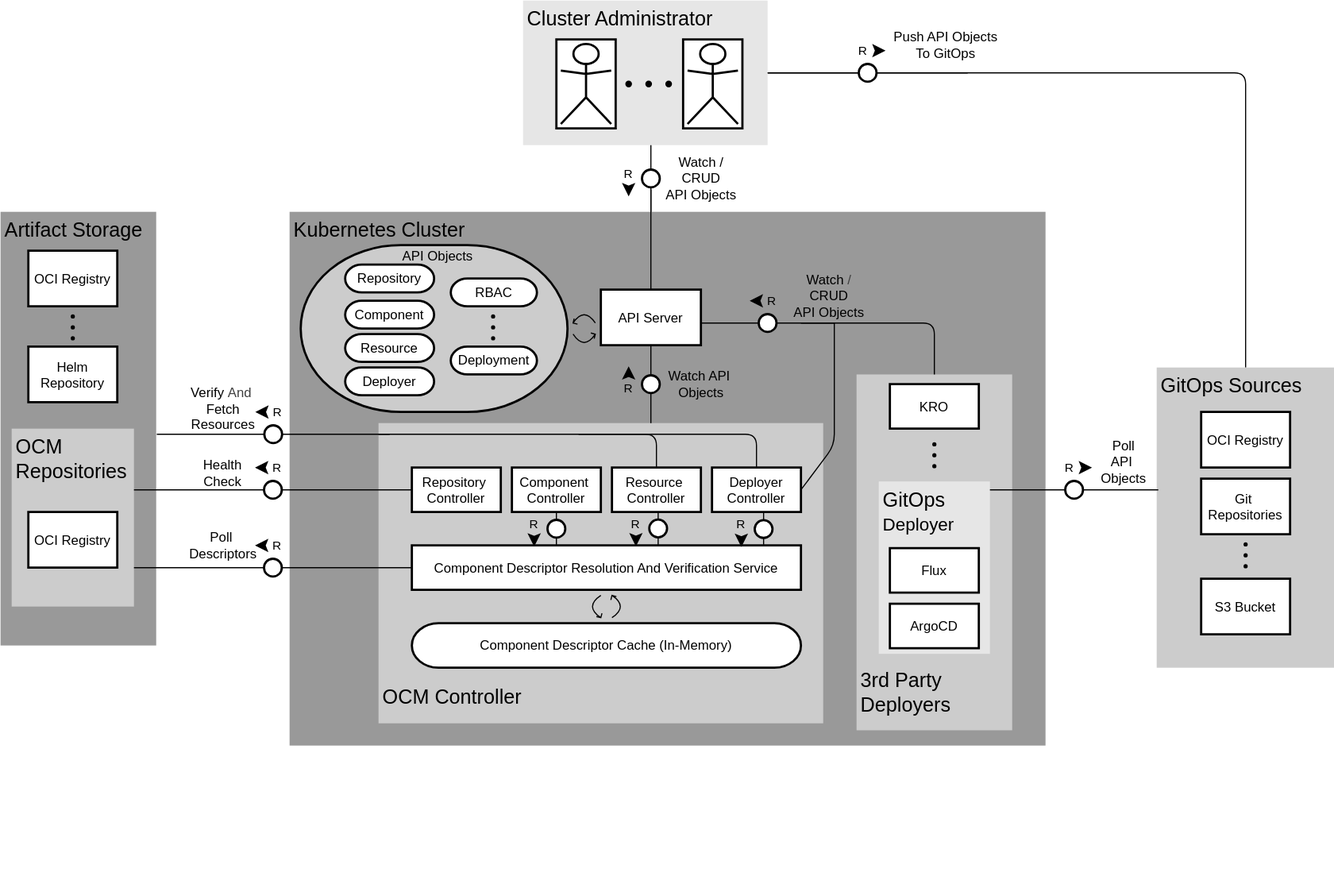
This is kubernetes/controller/docs/assets/controller-tam.svg from open-component-model/open-component-model, a draw.io export, as it was before one commit. Source tidied: cells renumbered, new cells last; positions are measured from the earlier drawing's top-left corner, leaving out a move shared by most shapes.
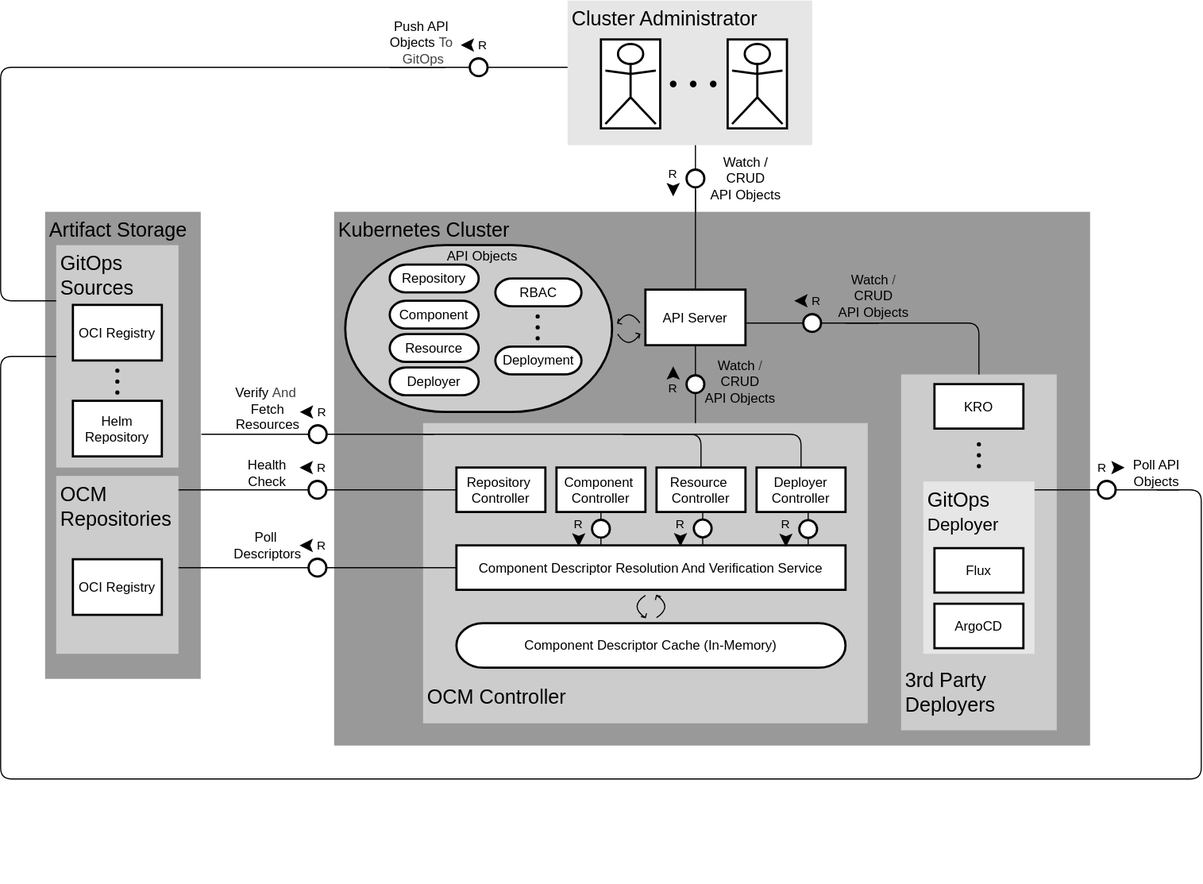
Above is the later version.

Commit message:
feat(docs): use same diagram as on the website with proper light/dark theme support

The edit, as a diff of the source:
```diff
@@ -2,13 +2,12 @@
   <root>
     <mxCell id="0" />
     <mxCell id="1" parent="0" />
-    <mxCell id="2" style="endArrow=none;html=1;exitX=0.5;exitY=0;exitDx=0;exitDy=0;entryX=1;entryY=0.5;entryDx=0;entryDy=0;" parent="1" edge="1" source="26" target="3">
-      <mxGeometry relative="1" as="geometry">
-        <Array as="points">
-          <mxPoint x="1120" y="65" />
-        </Array>
-      </mxGeometry>
-    </mxCell>
+    <mxCell id="7" value="&lt;span style=&quot;font-size: 18px;&quot;&gt;Artifact Storage&lt;/span&gt;" style="rounded=0;whiteSpace=wrap;html=1;strokeWidth=0;strokeColor=none;fillColor=#999999;align=left;verticalAlign=top;spacingLeft=2;" parent="1" vertex="1">
+      <mxGeometry y="190" width="140" height="420" as="geometry" />
+    </mxCell>
+    <mxCell id="26" value="&lt;font style=&quot;font-size: 18px;&quot;&gt;GitOps Sources&lt;/font&gt;" style="rounded=0;whiteSpace=wrap;html=1;strokeWidth=0;strokeColor=none;fillColor=#CCCCCC;align=left;verticalAlign=top;spacingLeft=2;" parent="1" vertex="1">
+      <mxGeometry x="10" y="220" width="110" height="200" as="geometry" />
+    </mxCell>
     <mxCell id="3" value="&lt;font style=&quot;font-size: 18px;&quot;&gt;Cluster Administrator&lt;/font&gt;" style="rounded=0;whiteSpace=wrap;html=1;strokeWidth=0;strokeColor=none;fillColor=#E6E6E6;align=left;verticalAlign=top;spacingLeft=2;" parent="1" vertex="1">
       <mxGeometry x="470" width="220" height="130" as="geometry" />
     </mxCell>
@@ -21,14 +20,11 @@
     <mxCell id="6" value="&lt;font style=&quot;font-size: 18px;&quot;&gt;GitOps&amp;nbsp;&lt;/font&gt;&lt;div&gt;&lt;font size=&quot;3&quot;&gt;Deployer&lt;/font&gt;&lt;/div&gt;" style="rounded=0;whiteSpace=wrap;html=1;strokeWidth=0;strokeColor=none;fillColor=#E6E6E6;align=left;verticalAlign=top;spacingLeft=2;" parent="1" vertex="1">
       <mxGeometry x="790" y="432.5" width="100" height="155" as="geometry" />
     </mxCell>
-    <mxCell id="7" value="&lt;span style=&quot;font-size: 18px;&quot;&gt;Artifact Storage&lt;/span&gt;" style="rounded=0;whiteSpace=wrap;html=1;strokeWidth=0;strokeColor=none;fillColor=#999999;align=left;verticalAlign=top;spacingLeft=2;" parent="1" vertex="1">
-      <mxGeometry y="190" width="140" height="390" as="geometry" />
-    </mxCell>
     <mxCell id="8" value="API Server" style="shape=agent;offsetSize=8;strokeWidth=2;" parent="1" vertex="1">
       <mxGeometry x="540" y="260" width="90" height="50" as="geometry" />
     </mxCell>
     <mxCell id="9" value="Best viewed with the &lt;a href=&quot;https://github.com/ariel-bentu/tam-drawio&quot;&gt;TAM plugin&lt;/a&gt;" style="text;html=1;shape=tamPluginMissing;" parent="1" vertex="1">
-      <mxGeometry x="500" y="770" width="200" height="25" as="geometry" />
+      <mxGeometry x="380" y="770" width="200" height="25" as="geometry" />
     </mxCell>
     <mxCell id="10" value="&lt;div&gt;&lt;br&gt;&lt;/div&gt;&lt;div&gt;&lt;br&gt;&lt;/div&gt;&lt;div&gt;&lt;br&gt;&lt;/div&gt;&lt;div&gt;&lt;br&gt;&lt;/div&gt;&lt;div&gt;&lt;br&gt;&lt;/div&gt;&lt;div&gt;&lt;br&gt;&lt;/div&gt;&lt;div&gt;&lt;br&gt;&lt;/div&gt;&lt;div&gt;&lt;br&gt;&lt;/div&gt;&lt;div&gt;&lt;br&gt;&lt;/div&gt;&lt;div&gt;&lt;br&gt;&lt;/div&gt;&lt;div&gt;&lt;br&gt;&lt;/div&gt;&lt;div&gt;&lt;br&gt;&lt;/div&gt;&lt;div&gt;&lt;br&gt;&lt;/div&gt;&lt;div&gt;&lt;br&gt;&lt;/div&gt;&lt;div&gt;&lt;br&gt;&lt;/div&gt;&lt;div&gt;&lt;br&gt;&lt;/div&gt;&lt;div&gt;&lt;font style=&quot;font-size: 18px;&quot;&gt;OCM Controller&lt;/font&gt;&lt;/div&gt;" style="rounded=0;whiteSpace=wrap;html=1;strokeWidth=0;strokeColor=none;fillColor=#CCCCCC;align=left;verticalAlign=top;spacingLeft=2;" parent="1" vertex="1">
       <mxGeometry x="340" y="380" width="400" height="270" as="geometry" />
@@ -55,10 +51,10 @@
       <mxGeometry x="370" y="560" width="350" height="40" as="geometry" />
     </mxCell>
     <mxCell id="18" value="&lt;font style=&quot;font-size: 18px;&quot;&gt;OCM Repositories&lt;/font&gt;" style="rounded=0;whiteSpace=wrap;html=1;strokeWidth=0;strokeColor=none;fillColor=#CCCCCC;align=left;verticalAlign=top;spacingLeft=2;" parent="1" vertex="1">
-      <mxGeometry x="10" y="385" width="110" height="160" as="geometry" />
+      <mxGeometry x="10" y="427.5" width="110" height="160" as="geometry" />
     </mxCell>
     <mxCell id="19" value="OCI Registry" style="shape=agent;offsetSize=8;strokeWidth=2;" parent="1" vertex="1">
-      <mxGeometry x="25" y="460" width="80" height="50" as="geometry" />
+      <mxGeometry x="25" y="502.5" width="80" height="50" as="geometry" />
     </mxCell>
     <mxCell id="20" style="shape=useedge;endArrow=none;edgeStyle=none;useSignPosition=up;useSignDirection=east;exitX=0;exitY=0.5;exitDx=0;exitDy=0;entryX=1;entryY=0.25;entryDx=0;entryDy=0;" parent="1" edge="1" source="11" target="18">
       <mxGeometry relative="1" as="geometry" />
@@ -78,34 +74,20 @@
     <mxCell id="25" value="ArgoCD" style="shape=agent;offsetSize=8;strokeWidth=2;" parent="1" vertex="1">
       <mxGeometry x="800" y="542.5" width="80" height="40" as="geometry" />
     </mxCell>
-    <mxCell id="26" value="&lt;font style=&quot;font-size: 18px;&quot;&gt;GitOps Sources&lt;/font&gt;" style="rounded=0;whiteSpace=wrap;html=1;strokeWidth=0;strokeColor=none;fillColor=#CCCCCC;align=left;verticalAlign=top;spacingLeft=2;" parent="1" vertex="1">
-      <mxGeometry x="1040" y="330" width="160" height="270" as="geometry" />
-    </mxCell>
-    <mxCell id="27" value="OCI Registry" style="shape=agent;offsetSize=8;strokeWidth=2;" parent="1" vertex="1">
-      <mxGeometry x="1080" y="370" width="80" height="50" as="geometry" />
-    </mxCell>
-    <mxCell id="28" value="Git &#10;Repositories" style="shape=agent;offsetSize=8;strokeWidth=2;" parent="1" vertex="1">
-      <mxGeometry x="1080" y="430" width="80" height="50" as="geometry" />
-    </mxCell>
-    <mxCell id="29" value="S3 Bucket" style="shape=agent;offsetSize=8;strokeWidth=2;" parent="1" vertex="1">
-      <mxGeometry x="1080" y="520" width="80" height="50" as="geometry" />
-    </mxCell>
-    <mxCell id="30" style="shape=useedge;endArrow=none;edgeStyle=none;useSignPosition=up;useSignDirection=east;entryX=0.009;entryY=0.388;entryDx=0;entryDy=0;entryPerimeter=0;" parent="1" edge="1" target="26">
+    <mxCell id="30" style="shape=useedge;endArrow=none;edgeStyle=none;useSignPosition=up;useSignDirection=east;" parent="1" edge="1">
       <mxGeometry relative="1" as="geometry">
         <mxPoint x="890" y="440" as="sourcePoint" />
+        <mxPoint x="1020" y="435" as="targetPoint" />
       </mxGeometry>
     </mxCell>
-    <mxCell id="31" value="Poll&lt;br&gt;&lt;div&gt;API&amp;nbsp;&lt;/div&gt;&lt;div&gt;Objects&lt;/div&gt;" style="text;html=1;align=center;verticalAlign=middle;strokeColor=none;fillColor=none;" parent="1" vertex="1">
-      <mxGeometry x="980" y="385" width="60" height="60" as="geometry" />
-    </mxCell>
     <mxCell id="32" value="Poll&amp;nbsp;&lt;div&gt;Descriptors&lt;/div&gt;" style="text;html=1;align=center;verticalAlign=middle;strokeColor=none;fillColor=none;" parent="1" vertex="1">
       <mxGeometry x="160" y="470" width="80" height="40" as="geometry" />
     </mxCell>
     <mxCell id="33" value="OCI Registry" style="shape=agent;offsetSize=8;strokeWidth=2;" parent="1" vertex="1">
-      <mxGeometry x="25" y="225" width="80" height="50" as="geometry" />
+      <mxGeometry x="25" y="273.8" width="80" height="50" as="geometry" />
     </mxCell>
     <mxCell id="34" value="Helm&#10;Repository" style="shape=agent;offsetSize=8;strokeWidth=2;" parent="1" vertex="1">
-      <mxGeometry x="25" y="311.2" width="80" height="50" as="geometry" />
+      <mxGeometry x="25" y="360" width="80" height="50" as="geometry" />
     </mxCell>
     <mxCell id="35" value="&lt;div&gt;&lt;span style=&quot;color: rgb(63, 63, 63); background-color: transparent;&quot;&gt;&amp;nbsp;&lt;/span&gt;&lt;/div&gt;&lt;div&gt;Verify&lt;span style=&quot;color: rgb(63, 63, 63); background-color: transparent;&quot;&gt;&amp;nbsp;And&amp;nbsp;&lt;/span&gt;&lt;/div&gt;&lt;div&gt;&lt;span style=&quot;background-color: transparent;&quot;&gt;Fetch&lt;/span&gt;&lt;/div&gt;&lt;div&gt;Resources&lt;/div&gt;" style="text;html=1;align=center;verticalAlign=middle;strokeColor=none;fillColor=none;" parent="1" vertex="1">
       <mxGeometry x="160" y="325" width="80" height="70" as="geometry" />
@@ -164,17 +146,6 @@
         </Array>
       </mxGeometry>
     </mxCell>
-    <mxCell id="46" style="endArrow=none;html=1;exitX=1;exitY=0.5;exitDx=0;exitDy=0;" parent="1" edge="1" source="14">
-      <mxGeometry relative="1" as="geometry">
-        <mxPoint x="750" y="290" as="targetPoint" />
-        <Array as="points">
-          <mxPoint x="750" y="400" />
-        </Array>
-      </mxGeometry>
-    </mxCell>
-    <mxCell id="47" value="Watch API&amp;nbsp;&lt;div&gt;Objects&lt;/div&gt;" style="text;html=1;align=center;verticalAlign=middle;strokeColor=none;fillColor=none;" parent="1" vertex="1">
-      <mxGeometry x="590" y="325" width="80" height="40" as="geometry" />
-    </mxCell>
     <mxCell id="48" value="Watch&lt;span style=&quot;color: rgb(63, 63, 63); background-color: transparent;&quot;&gt;&amp;nbsp;/&lt;/span&gt;&lt;div&gt;CRUD&lt;/div&gt;&lt;div&gt;API Objects&lt;/div&gt;" style="text;html=1;align=center;verticalAlign=middle;strokeColor=none;fillColor=none;" parent="1" vertex="1">
       <mxGeometry x="700" y="236.2" width="90" height="60" as="geometry" />
     </mxCell>
@@ -216,23 +187,21 @@
     <mxCell id="59" style="shape=actor;horizontalLabelPosition=right;align=left;labelPosition=right;strokeWidth=2;fontStyle=1;" parent="1" vertex="1">
       <mxGeometry x="614" y="35" width="56" height="80" as="geometry" />
     </mxCell>
-    <mxCell id="60" style="shape=useedge;endArrow=none;edgeStyle=none;useSignPosition=up;useSignDirection=east;exitX=1;exitY=0.5;exitDx=0;exitDy=0;" parent="1" edge="1" source="3">
+    <mxCell id="60" style="shape=useedge;endArrow=none;edgeStyle=none;useSignPosition=up;useSignDirection=east;exitX=0;exitY=0.5;exitDx=0;exitDy=0;" parent="1" edge="1">
       <mxGeometry relative="1" as="geometry">
-        <mxPoint x="870" y="68" as="targetPoint" />
+        <mxPoint x="470" y="60" as="sourcePoint" />
+        <mxPoint x="310" y="60" as="targetPoint" />
       </mxGeometry>
     </mxCell>
     <mxCell id="61" style="shape=dot3;vertical=true;" parent="1" vertex="1">
-      <mxGeometry x="60.9" y="280" width="8.2" height="30" as="geometry" />
+      <mxGeometry x="60.9" y="328.8" width="8.2" height="30" as="geometry" />
     </mxCell>
     <mxCell id="62" value="&lt;font style=&quot;color: rgb(0, 0, 0);&quot;&gt;Watch&lt;span style=&quot;background-color: transparent;&quot;&gt;&amp;nbsp;/&lt;/span&gt;&lt;/font&gt;&lt;div&gt;&lt;font style=&quot;color: rgb(0, 0, 0);&quot;&gt;CRUD&lt;/font&gt;&lt;/div&gt;&lt;div&gt;&lt;font style=&quot;color: rgb(0, 0, 0);&quot;&gt;&lt;font style=&quot;color: rgb(0, 0, 0);&quot;&gt;API Object&lt;/font&gt;s&lt;/font&gt;&lt;/div&gt;" style="text;html=1;align=center;verticalAlign=middle;strokeColor=none;fillColor=none;" parent="1" vertex="1">
       <mxGeometry x="585" y="130" width="90" height="60" as="geometry" />
     </mxCell>
-    <mxCell id="63" value="Push API Objects&lt;div&gt;To GitOps&lt;/div&gt;" style="text;html=1;align=center;verticalAlign=middle;strokeColor=none;fillColor=none;" parent="1" vertex="1">
-      <mxGeometry x="790" y="20" width="120" height="40" as="geometry" />
+    <mxCell id="63" value="Push API&amp;nbsp;&lt;div&gt;Objects&amp;nbsp;&lt;span style=&quot;color: rgb(63, 63, 63); background-color: transparent;&quot;&gt;To&amp;nbsp;&lt;/span&gt;&lt;/div&gt;&lt;div&gt;&lt;span style=&quot;color: rgb(63, 63, 63); background-color: transparent;&quot;&gt;GitOps&lt;/span&gt;&lt;/div&gt;" style="text;html=1;align=center;verticalAlign=middle;strokeColor=none;fillColor=none;" parent="1" vertex="1">
+      <mxGeometry x="300" y="7.5" width="80" height="60" as="geometry" />
     </mxCell>
-    <mxCell id="64" style="shape=dot3;vertical=true;" parent="1" vertex="1">
-      <mxGeometry x="1115.9" y="485" width="8.2" height="30" as="geometry" />
-    </mxCell>
     <mxCell id="65" value="Component" style="rounded=1;whiteSpace=wrap;html=1;arcSize=60;strokeWidth=2;" parent="1" vertex="1">
       <mxGeometry x="310" y="270" width="80" height="25" as="geometry" />
     </mxCell>
@@ -245,5 +214,31 @@
     <mxCell id="68" style="shape=dot3;vertical=true;" parent="1" vertex="1">
       <mxGeometry x="835.9" y="395" width="8.2" height="30" as="geometry" />
     </mxCell>
+    <mxCell id="69" value="Watch&lt;span style=&quot;color: rgb(63, 63, 63); background-color: transparent;&quot;&gt;&amp;nbsp;/&lt;/span&gt;&lt;div&gt;CRUD&lt;/div&gt;&lt;div&gt;API Objects&lt;/div&gt;" style="text;html=1;align=center;verticalAlign=middle;strokeColor=none;fillColor=none;" parent="1" vertex="1">
+      <mxGeometry x="580" y="312.5" width="90" height="60" as="geometry" />
+    </mxCell>
+    <mxCell id="70" style="endArrow=none;html=1;exitX=0;exitY=0.5;exitDx=0;exitDy=0;" parent="1" edge="1" source="26">
+      <mxGeometry relative="1" as="geometry">
+        <mxPoint x="1000" y="440" as="targetPoint" />
+        <Array as="points">
+          <mxPoint x="-40" y="320" />
+          <mxPoint x="-40" y="700" />
+          <mxPoint x="1040" y="700" />
+          <mxPoint x="1040" y="440" />
+        </Array>
+      </mxGeometry>
+    </mxCell>
+    <mxCell id="31" value="Poll API Objects" style="text;html=1;align=center;verticalAlign=middle;whiteSpace=wrap;rounded=0;" parent="1" vertex="1">
+      <mxGeometry x="970" y="410" width="60" height="30" as="geometry" />
+    </mxCell>
+    <mxCell id="71" style="endArrow=none;html=1;exitX=0;exitY=0.25;exitDx=0;exitDy=0;" parent="1" edge="1" source="26">
+      <mxGeometry relative="1" as="geometry">
+        <mxPoint x="360" y="60" as="targetPoint" />
+        <Array as="points">
+          <mxPoint x="-40" y="270" />
+          <mxPoint x="-40" y="60" />
+        </Array>
+      </mxGeometry>
+    </mxCell>
   </root>
 </mxGraphModel>
```
